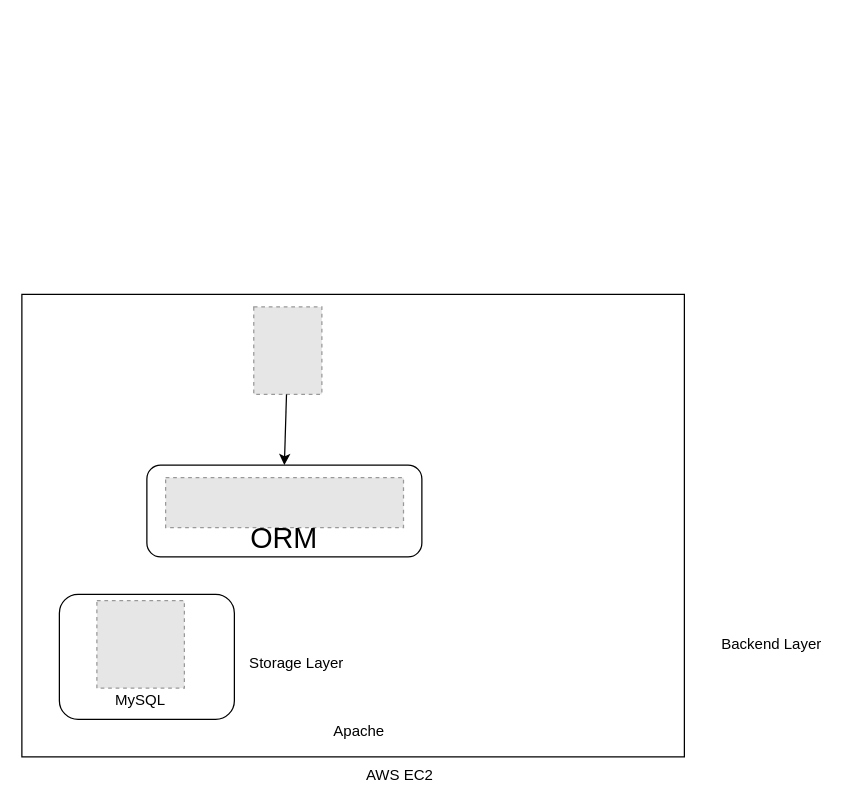
The draw.io diagram page "Page-2" (2 of 2) of Untitled Diagram.drawio in bishnutimalsina1/4901, before the edit. Source tidied: cells renumbered, new cells numbered last; positions are measured from the earlier drawing's top-left corner, leaving out a move shared by most shapes. Both pictures are drawn from the tidied source at 125%, with x=0, y=0 at pixel (21, 294). Pictures stored in the file or linked from it are replaced by grey dashed boxes.
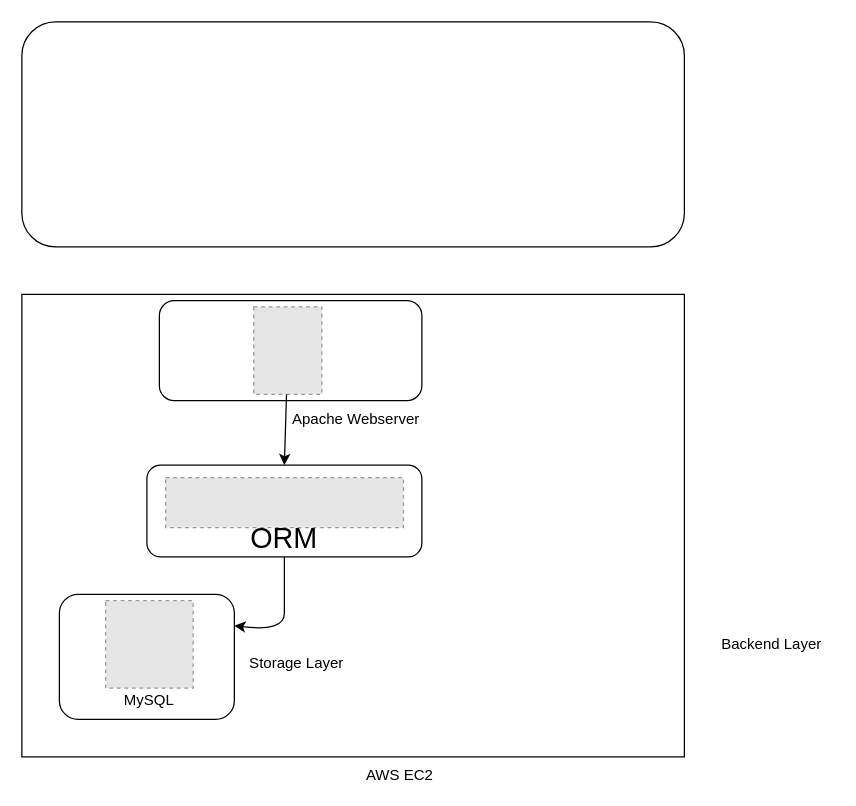
After the change.

The edit, as a diff of the source:
```diff
@@
 <mxGraphModel>
   <root>
     <mxCell id="0" />
     <mxCell id="1" parent="0" />
     <mxCell id="2" style="rounded=0;whiteSpace=wrap;html=1;fillColor=none;" parent="1" vertex="1">
       <mxGeometry width="530" height="370" as="geometry" />
     </mxCell>
     <mxCell id="3" value="Storage Layer" style="text;html=1;strokeColor=none;fillColor=none;align=center;verticalAlign=middle;whiteSpace=wrap;rounded=0;" parent="1" vertex="1">
       <mxGeometry x="180" y="275" width="80" height="40" as="geometry" />
     </mxCell>
     <mxCell id="4" value="Backend Layer" style="text;html=1;strokeColor=none;fillColor=none;align=center;verticalAlign=middle;whiteSpace=wrap;rounded=0;" parent="1" vertex="1">
       <mxGeometry x="550" y="270" width="100" height="20" as="geometry" />
     </mxCell>
     <mxCell id="5" value="AWS EC2" style="text;html=1;strokeColor=none;fillColor=none;align=center;verticalAlign=middle;whiteSpace=wrap;rounded=0;" parent="1" vertex="1">
       <mxGeometry x="240" y="380" width="125" height="10" as="geometry" />
     </mxCell>
     <mxCell id="6" style="rounded=1;whiteSpace=wrap;html=1;fillColor=none;" parent="1" vertex="1">
       <mxGeometry x="30" y="240" width="140" height="100" as="geometry" />
     </mxCell>
     <mxCell id="7" value="MySQL" style="text;html=1;strokeColor=none;fillColor=none;align=center;verticalAlign=middle;whiteSpace=wrap;rounded=0;" parent="1" vertex="1">
-      <mxGeometry x="75" y="315" width="40" height="20" as="geometry" />
+      <mxGeometry x="82" y="315" width="40" height="20" as="geometry" />
     </mxCell>
     <mxCell id="8" style="fillColor=#E6E6E6;strokeColor=#999999;dashed=1;verticalLabelPosition=bottom;labelBackgroundColor=#ffffff;verticalAlign=top;" parent="1" vertex="1">
-      <mxGeometry x="60" y="245" width="70" height="70" as="geometry" />
+      <mxGeometry x="67" y="245" width="70" height="70" as="geometry" />
     </mxCell>
-    <mxCell id="9" value="Apache" style="text;html=1;strokeColor=none;fillColor=none;align=center;verticalAlign=middle;whiteSpace=wrap;rounded=0;" parent="1" vertex="1">
-      <mxGeometry x="250" y="340" width="40" height="20" as="geometry" />
+    <mxCell id="9" value="Apache Webserver" style="text;html=1;strokeColor=none;fillColor=none;align=center;verticalAlign=middle;whiteSpace=wrap;rounded=0;" parent="1" vertex="1">
+      <mxGeometry x="185.5" y="90" width="164.8" height="20" as="geometry" />
     </mxCell>
     <mxCell id="10" style="fillColor=#E6E6E6;strokeColor=#999999;dashed=1;verticalLabelPosition=bottom;labelBackgroundColor=#ffffff;verticalAlign=top;" parent="1" vertex="1">
       <mxGeometry x="185.5" y="10" width="54.5" height="70" as="geometry" />
     </mxCell>
     <mxCell id="11" style="fillColor=#E6E6E6;strokeColor=#999999;dashed=1;verticalLabelPosition=bottom;labelBackgroundColor=#ffffff;verticalAlign=top;" parent="1" vertex="1">
       <mxGeometry x="115" y="146.6" width="190.3" height="40" as="geometry" />
     </mxCell>
     <mxCell id="12" value="ORM" style="text;html=1;strokeColor=none;fillColor=none;align=center;verticalAlign=middle;whiteSpace=wrap;rounded=0;fontSize=23;" parent="1" vertex="1">
       <mxGeometry x="145.1" y="170" width="130" height="50" as="geometry" />
     </mxCell>
     <mxCell id="13" style="rounded=1;whiteSpace=wrap;html=1;fontSize=23;fillColor=none;" parent="1" vertex="1">
       <mxGeometry x="100" y="136.6" width="220" height="73.4" as="geometry" />
     </mxCell>
     <mxCell id="14" style="endArrow=classic;html=1;fontSize=23;entryX=0.5;entryY=0;entryDx=0;entryDy=0;" parent="1" edge="1" source="10" target="13">
       <mxGeometry relative="1" as="geometry" />
     </mxCell>
+    <mxCell id="15" style="rounded=1;whiteSpace=wrap;html=1;fillColor=none;" parent="1" vertex="1">
+      <mxGeometry x="110" y="5" width="210" height="80" as="geometry" />
+    </mxCell>
+    <mxCell id="16" style="rounded=1;whiteSpace=wrap;html=1;fillColor=none;" parent="1" vertex="1">
+      <mxGeometry y="-218" width="530" height="180" as="geometry" />
+    </mxCell>
+    <mxCell id="17" style="curved=1;endArrow=classic;html=1;exitX=0.5;exitY=1;exitDx=0;exitDy=0;entryX=1;entryY=0.25;entryDx=0;entryDy=0;" parent="1" edge="1" source="13" target="6">
+      <mxGeometry relative="1" as="geometry">
+        <Array as="points">
+          <mxPoint x="210" y="240" />
+          <mxPoint x="210" y="270" />
+        </Array>
+      </mxGeometry>
+    </mxCell>
   </root>
 </mxGraphModel>
```
